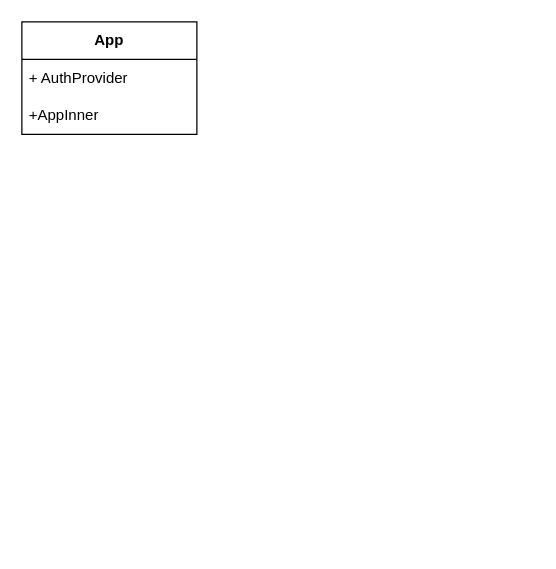
This is Class_Diagram_Web.drawio from khanhsaan/SharedTimer_v1, a draw.io file, before an edit. Source tidied: cells renumbered, new cells numbered last; positions are measured from the earlier drawing's top-left corner, leaving out a move shared by most shapes. Both pictures are drawn from the tidied source at 125%, with x=0, y=0 at pixel (21, 21).
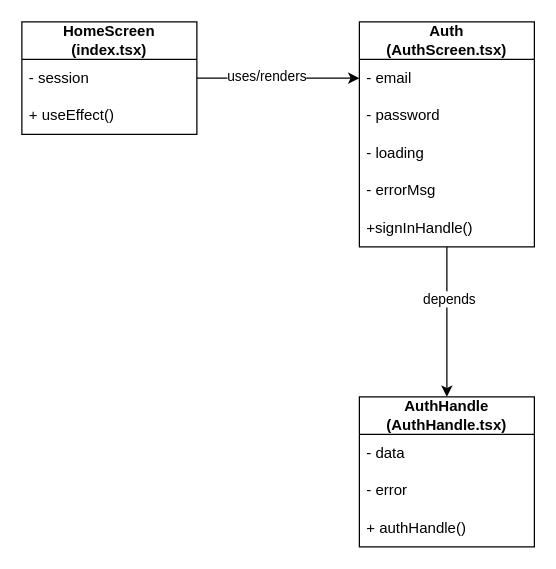
Above is the later version.

Commit message (it also covers changes not shown here):
Draw Relationship between HomeScreen (index.tsx) and Auth (AuthScreen.tsx), change const in AuthHandle.tsx, start to design ui for AuthScreen.tsx

What changed in the source:
```diff
@@
 <mxGraphModel>
   <root>
     <mxCell id="0" />
     <mxCell id="1" parent="0" />
-    <mxCell id="2" value="App" style="swimlane;fontStyle=1;horizontal=1;startSize=30;whiteSpace=wrap;html=1;" parent="1" vertex="1">
+    <mxCell id="2" value="HomeScreen&lt;div&gt;(index.tsx)&lt;/div&gt;" style="swimlane;fontStyle=1;horizontal=1;startSize=30;whiteSpace=wrap;html=1;" parent="1" vertex="1">
       <mxGeometry width="140" height="90" as="geometry" />
     </mxCell>
-    <mxCell id="3" value="+ AuthProvider" style="text;strokeColor=none;fillColor=none;align=left;verticalAlign=middle;spacingLeft=4;spacingRight=4;overflow=hidden;points=[[0,0.5],[1,0.5]];portConstraint=eastwest;whiteSpace=wrap;html=1;" parent="2" vertex="1">
+    <mxCell id="3" value="- session" style="text;strokeColor=none;fillColor=none;align=left;verticalAlign=middle;spacingLeft=4;spacingRight=4;overflow=hidden;points=[[0,0.5],[1,0.5]];portConstraint=eastwest;whiteSpace=wrap;html=1;" parent="2" vertex="1">
       <mxGeometry y="30" width="140" height="30" as="geometry" />
     </mxCell>
-    <mxCell id="4" value="+AppInner" style="text;strokeColor=none;fillColor=none;align=left;verticalAlign=middle;spacingLeft=4;spacingRight=4;overflow=hidden;whiteSpace=wrap;html=1;" parent="2" vertex="1">
-      <mxGeometry y="60" width="140" height="30" as="geometry" />
-    </mxCell>
+    <mxCell id="5" value="+ useEffect()" style="text;strokeColor=none;fillColor=none;align=left;verticalAlign=middle;spacingLeft=4;spacingRight=4;overflow=hidden;whiteSpace=wrap;html=1;" parent="2" vertex="1">
+      <mxGeometry y="60" width="140" height="30" as="geometry" />
+    </mxCell>
+    <mxCell id="6" style="edgeStyle=orthogonalEdgeStyle;rounded=0;jettySize=auto;html=1;entryX=0.5;entryY=0;entryDx=0;entryDy=0;" parent="1" edge="1" source="8" target="16">
+      <mxGeometry relative="1" as="geometry" />
+    </mxCell>
+    <mxCell id="7" value="depends" style="edgeLabel;html=1;align=center;verticalAlign=middle;" parent="6" vertex="1">
+      <mxGeometry x="-0.32" y="1" relative="1" as="geometry" />
+    </mxCell>
+    <mxCell id="8" value="Auth&lt;div&gt;(AuthScreen.tsx)&lt;/div&gt;" style="swimlane;fontStyle=1;horizontal=1;startSize=30;whiteSpace=wrap;html=1;" parent="1" vertex="1">
+      <mxGeometry x="270" width="140" height="180" as="geometry" />
+    </mxCell>
+    <mxCell id="9" value="- email" style="text;strokeColor=none;fillColor=none;align=left;verticalAlign=middle;spacingLeft=4;spacingRight=4;overflow=hidden;points=[[0,0.5],[1,0.5]];portConstraint=eastwest;whiteSpace=wrap;html=1;" parent="8" vertex="1">
+      <mxGeometry y="30" width="140" height="30" as="geometry" />
+    </mxCell>
+    <mxCell id="10" value="- password" style="text;strokeColor=none;fillColor=none;align=left;verticalAlign=middle;spacingLeft=4;spacingRight=4;overflow=hidden;whiteSpace=wrap;html=1;" parent="8" vertex="1">
+      <mxGeometry y="60" width="140" height="30" as="geometry" />
+    </mxCell>
+    <mxCell id="11" value="- loading" style="text;strokeColor=none;fillColor=none;align=left;verticalAlign=middle;spacingLeft=4;spacingRight=4;overflow=hidden;whiteSpace=wrap;html=1;" parent="8" vertex="1">
+      <mxGeometry y="90" width="140" height="30" as="geometry" />
+    </mxCell>
+    <mxCell id="12" value="- errorMsg" style="text;strokeColor=none;fillColor=none;align=left;verticalAlign=middle;spacingLeft=4;spacingRight=4;overflow=hidden;whiteSpace=wrap;html=1;" parent="8" vertex="1">
+      <mxGeometry y="120" width="140" height="30" as="geometry" />
+    </mxCell>
+    <mxCell id="13" value="+signInHandle()" style="text;strokeColor=none;fillColor=none;align=left;verticalAlign=middle;spacingLeft=4;spacingRight=4;overflow=hidden;whiteSpace=wrap;html=1;" parent="8" vertex="1">
+      <mxGeometry y="150" width="140" height="30" as="geometry" />
+    </mxCell>
+    <mxCell id="14" style="edgeStyle=orthogonalEdgeStyle;rounded=0;jettySize=auto;html=1;entryX=0;entryY=0.5;entryDx=0;entryDy=0;" parent="1" edge="1" source="3" target="9">
+      <mxGeometry relative="1" as="geometry" />
+    </mxCell>
+    <mxCell id="15" value="uses/renders" style="edgeLabel;html=1;align=center;verticalAlign=middle;" parent="14" vertex="1">
+      <mxGeometry x="-0.16" y="2" relative="1" as="geometry" />
+    </mxCell>
+    <mxCell id="16" value="AuthHandle&lt;div&gt;(AuthHandle.tsx)&lt;/div&gt;" style="swimlane;fontStyle=1;horizontal=1;startSize=30;whiteSpace=wrap;html=1;" parent="1" vertex="1">
+      <mxGeometry x="270" y="300" width="140" height="120" as="geometry" />
+    </mxCell>
+    <mxCell id="17" value="- data" style="text;strokeColor=none;fillColor=none;align=left;verticalAlign=middle;spacingLeft=4;spacingRight=4;overflow=hidden;whiteSpace=wrap;html=1;" parent="16" vertex="1">
+      <mxGeometry y="30" width="140" height="30" as="geometry" />
+    </mxCell>
+    <mxCell id="18" value="- error" style="text;strokeColor=none;fillColor=none;align=left;verticalAlign=middle;spacingLeft=4;spacingRight=4;overflow=hidden;whiteSpace=wrap;html=1;" parent="16" vertex="1">
+      <mxGeometry y="60" width="140" height="30" as="geometry" />
+    </mxCell>
+    <mxCell id="19" value="+ authHandle()" style="text;strokeColor=none;fillColor=none;align=left;verticalAlign=middle;spacingLeft=4;spacingRight=4;overflow=hidden;whiteSpace=wrap;html=1;" parent="16" vertex="1">
+      <mxGeometry y="90" width="140" height="30" as="geometry" />
+    </mxCell>
   </root>
 </mxGraphModel>
```
